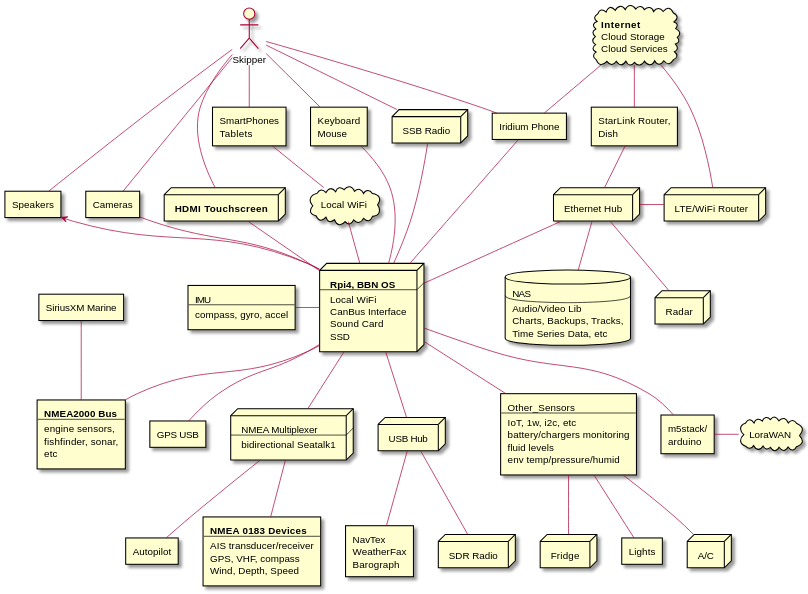
bareboat-necessities/my-bareboat keeps this PlantUML diagram as docs/images/system-arch.svg. Above is the earlier version.
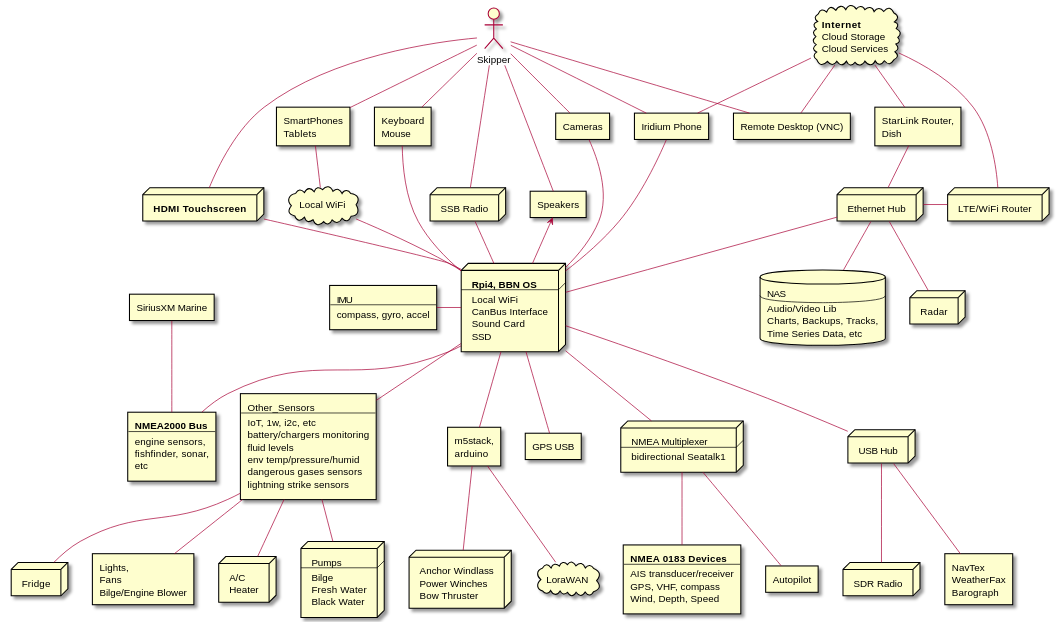
Above is the later version.

Commit message:
better diagrams

The edit, as a diff of the source:
```diff
@@ -105,18 +105,35 @@
  battery/chargers monitoring
  fluid levels
  env temp/pressure/humid
+ dangerous gases sensors
+ lightning strike sensors
+]
+
+rectangle Remote_Desktop [
+ Remote Desktop (VNC)
 ]
 
 node AC [
  A/C
+ Heater
+]
+
+node Pumps [
+ Pumps
+ ----
+ Bilge
+ Fresh Water
+ Black Water
 ]
 
 node Fridge [
  Fridge
 ]
 
-rectangle Lights [
- Lights
+rectangle Lights_Fans [
+ Lights,
+ Fans
+ Bilge/Engine Blower
 ]
 
 rectangle Keyboard_Mouse [
@@ -147,6 +164,12 @@
  Time Series Data, etc
 ]
 
+node Winches [
+ Anchor Windlass
+ Power Winches
+ Bow Thruster
+]
+
 cloud Cloud_Internet [
  <b>Internet
  Cloud Storage
@@ -158,7 +181,7 @@
 ]
 
 rectangle Esp32 [
- m5stack/
+ m5stack,
  arduino
 ]
 
@@ -192,16 +215,19 @@
 
 Other_Sensors -- AC
 Other_Sensors -- Fridge
-Other_Sensors -- Lights
+Other_Sensors -- Lights_Fans
+Other_Sensors -- Pumps
 
 NMEA_Mux -- NMEA_0183
 NMEA_Mux -- AP
 
-Lora -l- Esp32
+Esp32 -- Lora
+Esp32 -- Winches
 
 Cloud_Internet -- Dish_Router
 Cloud_Internet -- Router
 Cloud_Internet -- Iridium
+Cloud_Internet -- Remote_Desktop
 
 Skipper -- Touchscreen
 Skipper -- Speakers
@@ -210,5 +236,6 @@
 Skipper -- SSB
 Skipper -- SmartPhone
 Skipper -- Keyboard_Mouse
+Skipper -- Remote_Desktop
 
 @enduml
```
